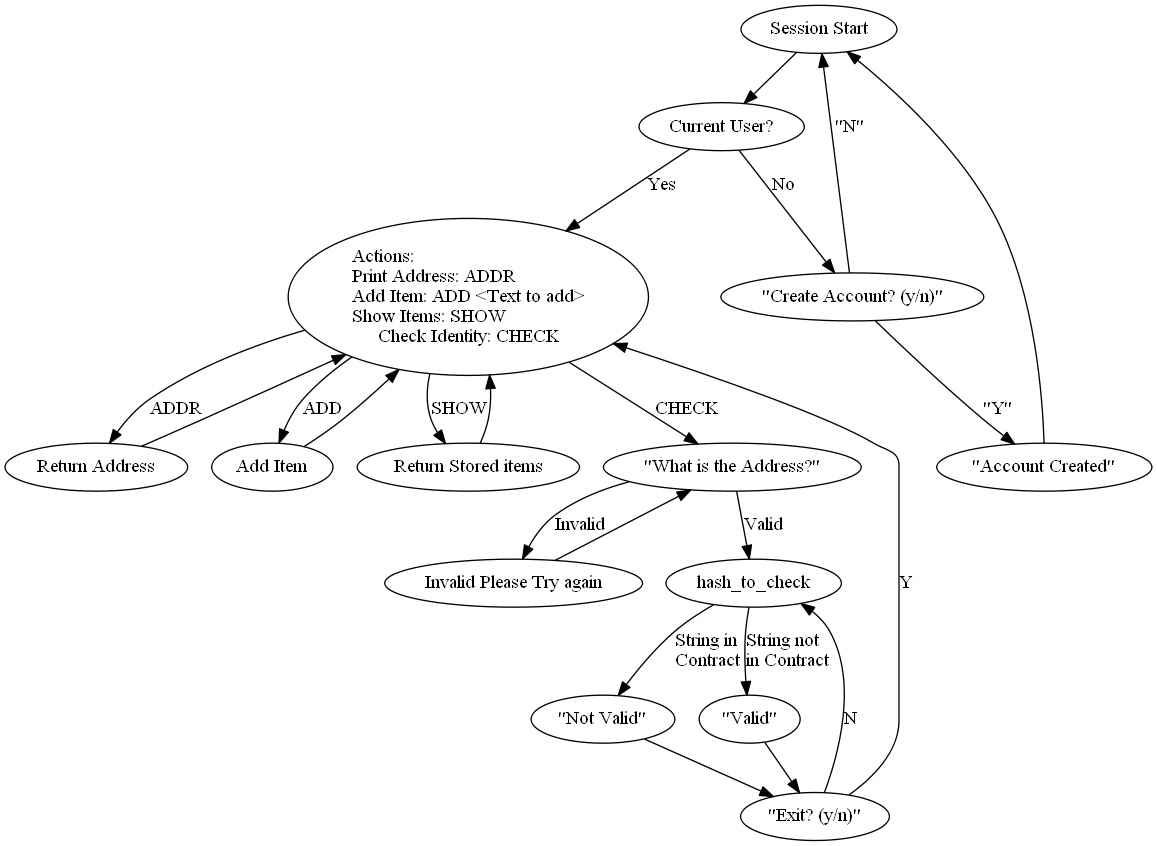
LiteID/LiteID-SimApp keeps this Graphviz diagram as Server/images/Flow-Control.png. Above is the earlier version. Its source is kept beside it as Server/images/Flow-Control.dot.
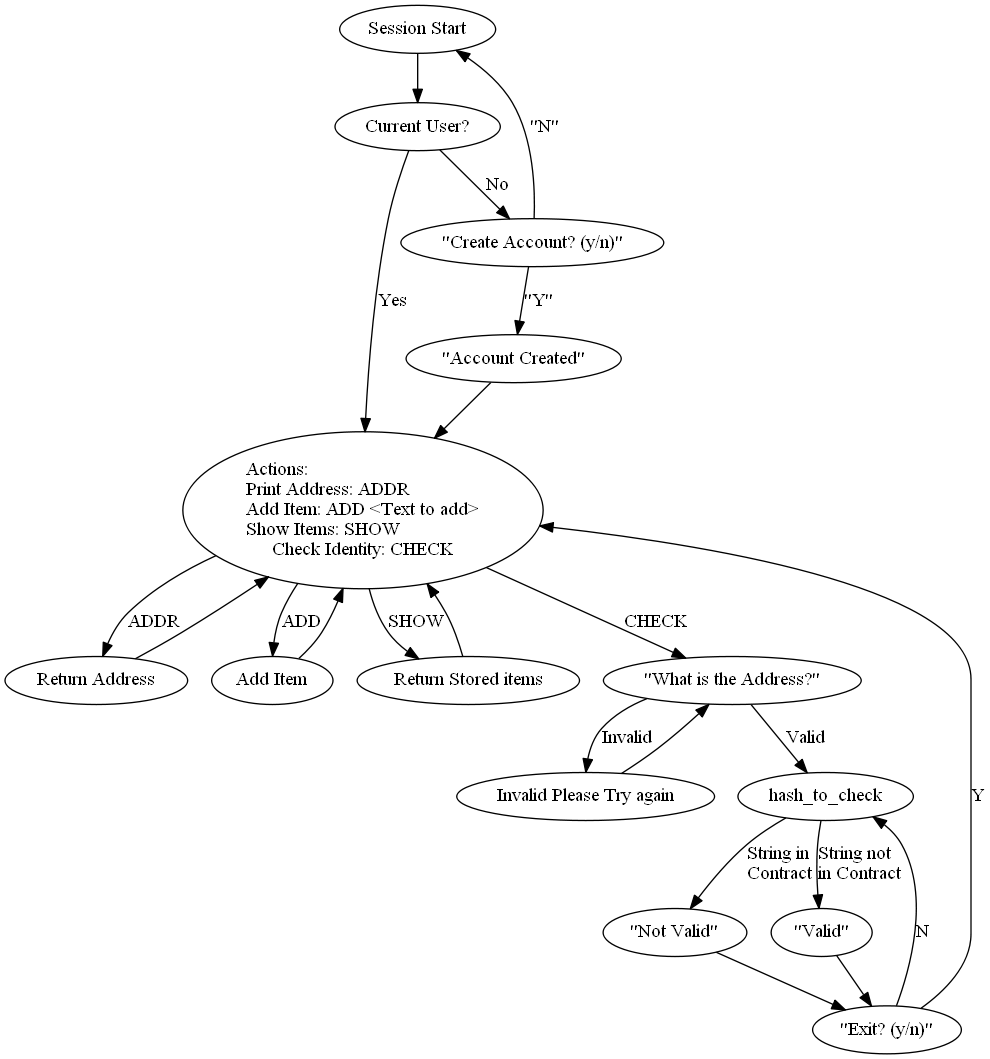
The same file after the commit.

Commit message:
Re structured state diagram to corospond directly with server

The edit, as a diff of the source:
```diff
@@ -13,7 +13,7 @@
 	invalid [label="\"Not Valid\""]
 	valid [label="\"Valid\""]
 	exit_prompt [label="\"Exit? (y/n)\""]
-	account_created_conformation -> s_start
+	account_created_conformation -> Actions
 	Actions -> hash_and_add_item [label="ADD"]
 	Actions -> return_stored_items [label="SHOW"]
 	Actions -> show_public_address [label="ADDR"]
```
